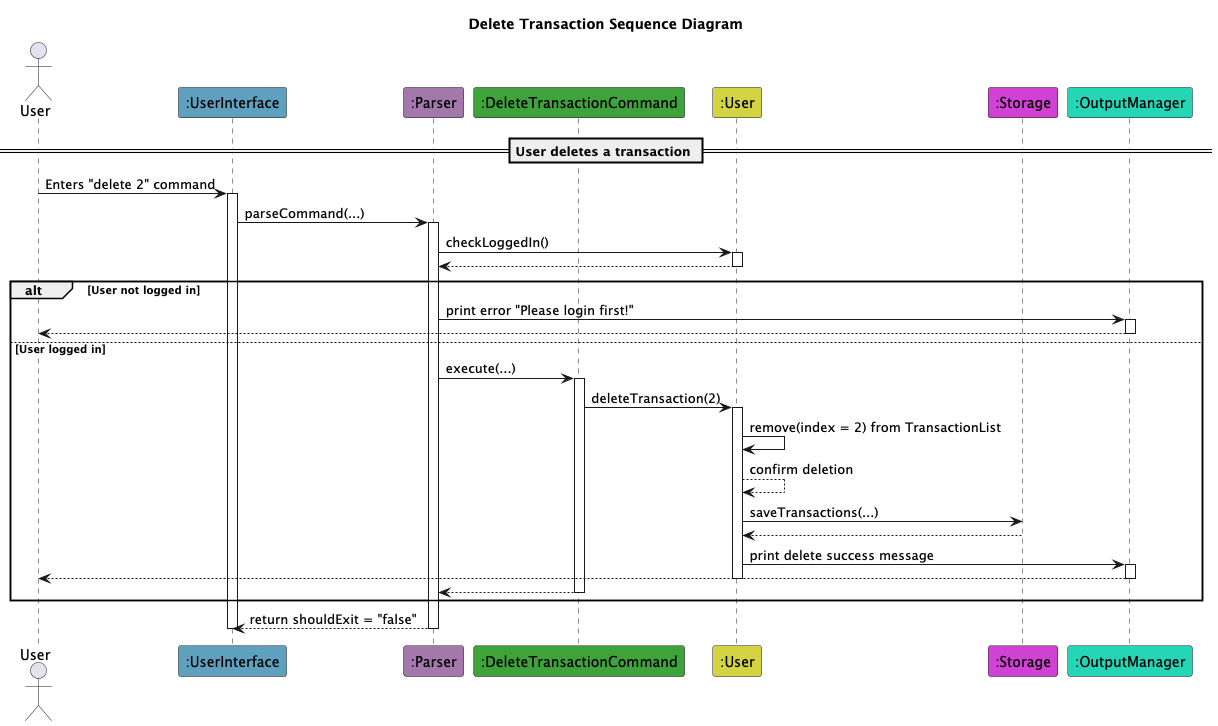
AY2526S1-CS2113-W10-2/tp keeps this PlantUML diagram as docs/team/CommandFeature/deleteCommand/Delete_Transaction_Sequence_Diagram.png. Above is the earlier version.
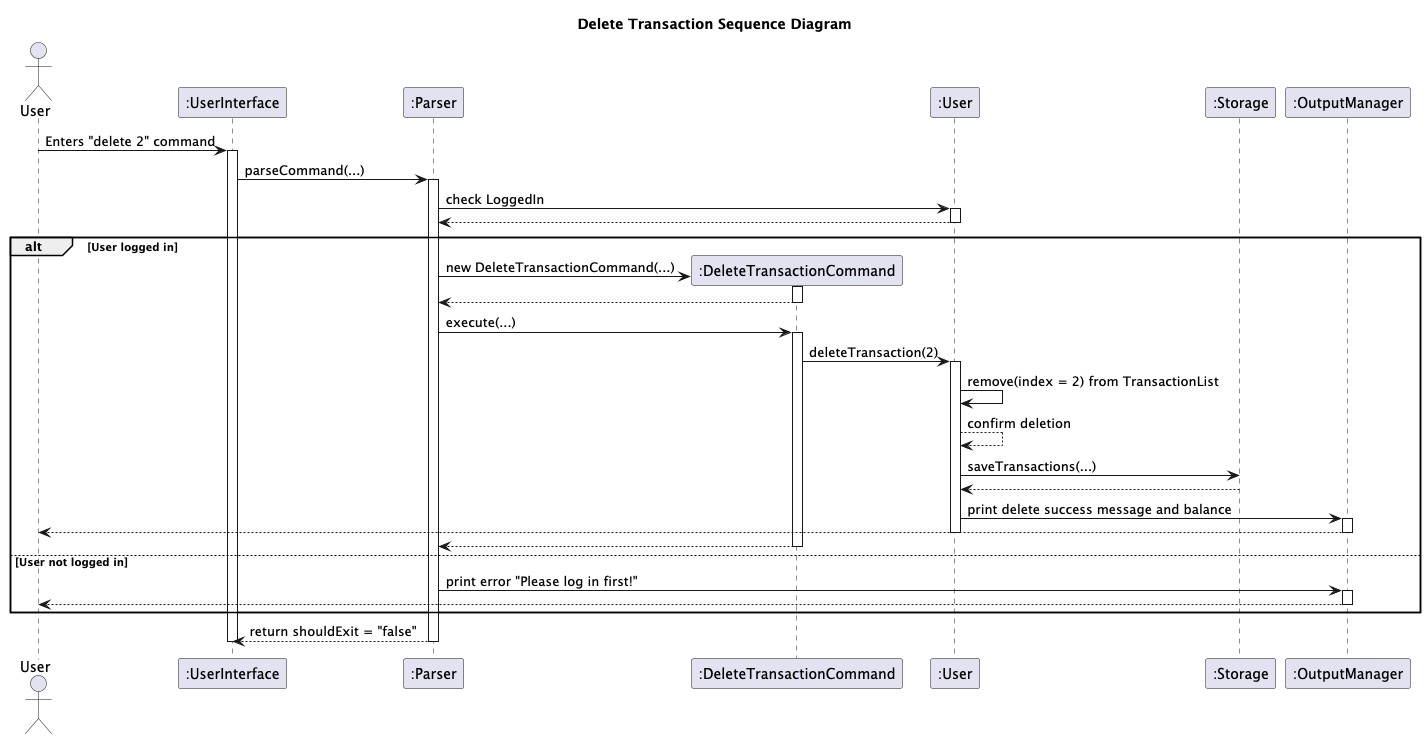
Later version of the same file.

Commit message:
Improve deleteTransactionCommand Sequence Diagram

The edit, as a diff of the source:
```diff
@@ -2,16 +2,16 @@
 
 actor User as U
 
-participant ":UserInterface" as UserInterface #60A0BF
-participant ":Parser" as Parser #A378AA
-participant ":DeleteTransactionCommand" as DeleteTransactionCommand #3EA33B
-participant ":User" as User #D4D442
-participant ":Storage" as Storage #D142D4
-participant ":OutputManager" as OutputManager #24D6B6
+participant ":UserInterface" as UserInterface
+participant ":Parser" as Parser
+participant ":DeleteTransactionCommand" as DeleteTransactionCommand
+participant ":User" as User
+participant ":Storage" as Storage
+participant ":OutputManager" as OutputManager
+
 
 title Delete Transaction Sequence Diagram
 
-== User deletes a transaction ==
 
 U -> UserInterface : Enters "delete 2" command
 activate UserInterface
@@ -19,39 +19,46 @@
 UserInterface -> Parser : parseCommand(...)
 activate Parser
 
-Parser -> User : checkLoggedIn()
+Parser -> User : check LoggedIn
 activate User
 
 User --> Parser
 deactivate User
-alt User not logged in
 
-Parser -> OutputManager : print error "Please login first!"
-activate OutputManager
+alt User logged in
+    create DeleteTransactionCommand
+    Parser -> DeleteTransactionCommand: new DeleteTransactionCommand(...)
+    activate DeleteTransactionCommand
 
-OutputManager --> U
-deactivate OutputManager
-else User logged in
-Parser -> DeleteTransactionCommand : execute(...)
-activate DeleteTransactionCommand
+    DeleteTransactionCommand --> Parser
+    deactivate DeleteTransactionCommand
+    Parser -> DeleteTransactionCommand : execute(...)
+    activate DeleteTransactionCommand
 
-DeleteTransactionCommand -> User : deleteTransaction(2)
-activate User
+    DeleteTransactionCommand -> User : deleteTransaction(2)
+    activate User
 
-User -> User : remove(index = 2) from TransactionList
-User --> User : confirm deletion
+    User -> User : remove(index = 2) from TransactionList
+    User --> User : confirm deletion
 
-User -> Storage : saveTransactions(...)
-Storage --> User
+    User -> Storage : saveTransactions(...)
+    Storage --> User
 
-User -> OutputManager : print delete success message
-activate OutputManager
+    User -> OutputManager : print delete success message and balance
+    activate OutputManager
 
-OutputManager --> U
-deactivate OutputManager
-deactivate User
-DeleteTransactionCommand --> Parser
-deactivate DeleteTransactionCommand
+    OutputManager --> U
+    deactivate OutputManager
+    deactivate User
+    DeleteTransactionCommand --> Parser
+    deactivate DeleteTransactionCommand
+
+else User not logged in
+
+    Parser -> OutputManager : print error "Please log in first!"
+    activate OutputManager
+    OutputManager --> U
+    deactivate OutputManager
 end
 
 Parser --> UserInterface : return shouldExit = "false"
```
